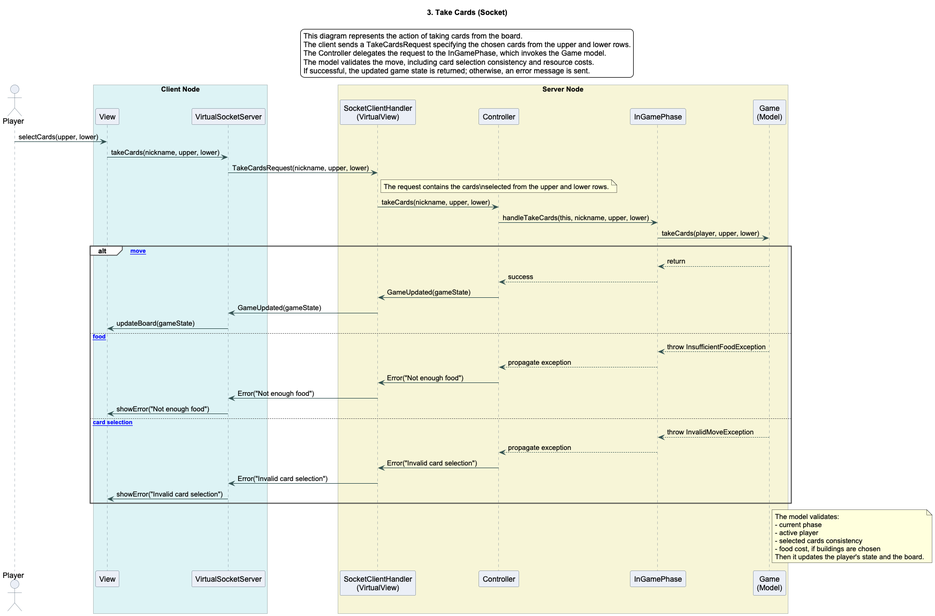
This is Mesos/deliverables/homework/sequence-diagrams/take-cards-socket.png from dnettaa/Mesos-Software-Engineering-Polimi, a PlantUML export, as it was before one commit.
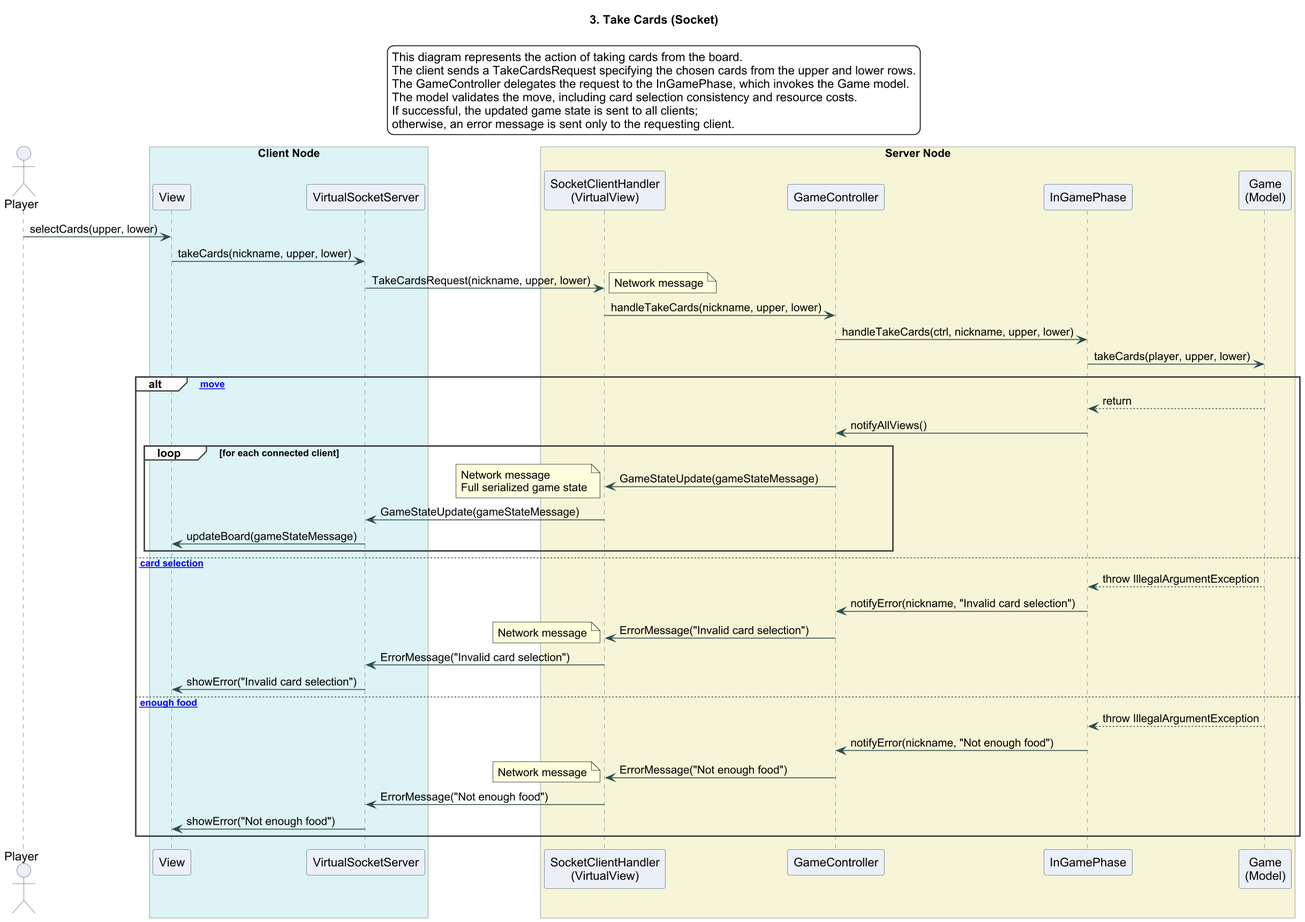
Above is the later version.

Commit message:
Homework: sequence-diagrams and model class-diagram

Diff of the diagram source:
```diff
@@ -4,9 +4,10 @@
 legend top
 This diagram represents the action of taking cards from the board.
 The client sends a TakeCardsRequest specifying the chosen cards from the upper and lower rows.
-The Controller delegates the request to the InGamePhase, which invokes the Game model.
+The GameController delegates the request to the InGamePhase, which invokes the Game model.
 The model validates the move, including card selection consistency and resource costs.
-If successful, the updated game state is returned; otherwise, an error message is sent.
+If successful, the updated game state is sent to all clients;
+otherwise, an error message is sent only to the requesting client.
 endlegend
 
 skinparam backgroundColor white
@@ -35,7 +36,7 @@
 
 box "Server Node" #F7F5D6
 participant "SocketClientHandler\n(VirtualView)" as Handler
-participant Controller
+participant GameController
 participant InGamePhase
 participant "Game\n(Model)" as Game
 end box
@@ -43,42 +44,38 @@
 Player -> View : selectCards(upper, lower)
 View -> VirtualSocketServer : takeCards(nickname, upper, lower)
 VirtualSocketServer -> Handler : TakeCardsRequest(nickname, upper, lower)
+note right : Network message
 
-note right of Handler
-The request contains the cards\nselected from the upper and lower rows.
-end note
-
-Handler -> Controller : takeCards(nickname, upper, lower)
-Controller -> InGamePhase : handleTakeCards(this, nickname, upper, lower)
+Handler -> GameController : handleTakeCards(nickname, upper, lower)
+GameController -> InGamePhase : handleTakeCards(ctrl, nickname, upper, lower)
 InGamePhase -> Game : takeCards(player, upper, lower)
 
 alt [Valid move]
     Game --> InGamePhase : return
-    InGamePhase --> Controller : success
-    Controller -> Handler : GameUpdated(gameState)
-    Handler -> VirtualSocketServer : GameUpdated(gameState)
-    VirtualSocketServer -> View : updateBoard(gameState)
-else [Insufficient food]
-    Game --> InGamePhase : throw InsufficientFoodException
-    InGamePhase --> Controller : propagate exception
-    Controller -> Handler : Error("Not enough food")
-    Handler -> VirtualSocketServer : Error("Not enough food")
+    InGamePhase -> GameController : notifyAllViews()
+
+    loop for each connected client
+        GameController -> Handler : GameStateUpdate(gameStateMessage)
+        note left : Network message\nFull serialized game state
+        Handler -> VirtualSocketServer : GameStateUpdate(gameStateMessage)
+        VirtualSocketServer -> View : updateBoard(gameStateMessage)
+    end
+
+else [Invalid card selection]
+    Game --> InGamePhase : throw IllegalArgumentException
+    InGamePhase -> GameController : notifyError(nickname, "Invalid card selection")
+    GameController -> Handler : ErrorMessage("Invalid card selection")
+    note left : Network message
+    Handler -> VirtualSocketServer : ErrorMessage("Invalid card selection")
+    VirtualSocketServer -> View : showError("Invalid card selection")
+
+else [Not enough food]
+    Game --> InGamePhase : throw IllegalArgumentException
+    InGamePhase -> GameController : notifyError(nickname, "Not enough food")
+    GameController -> Handler : ErrorMessage("Not enough food")
+    note left : Network message
+    Handler -> VirtualSocketServer : ErrorMessage("Not enough food")
     VirtualSocketServer -> View : showError("Not enough food")
-else [Invalid card selection]
-    Game --> InGamePhase : throw InvalidMoveException
-    InGamePhase --> Controller : propagate exception
-    Controller -> Handler : Error("Invalid card selection")
-    Handler -> VirtualSocketServer : Error("Invalid card selection")
-    VirtualSocketServer -> View : showError("Invalid card selection")
 end
 
-note right of Game
-The model validates:
-- current phase
-- active player
-- selected cards consistency
-- food cost, if buildings are chosen
-Then it updates the player's state and the board.
-end note
-
 @enduml
```
